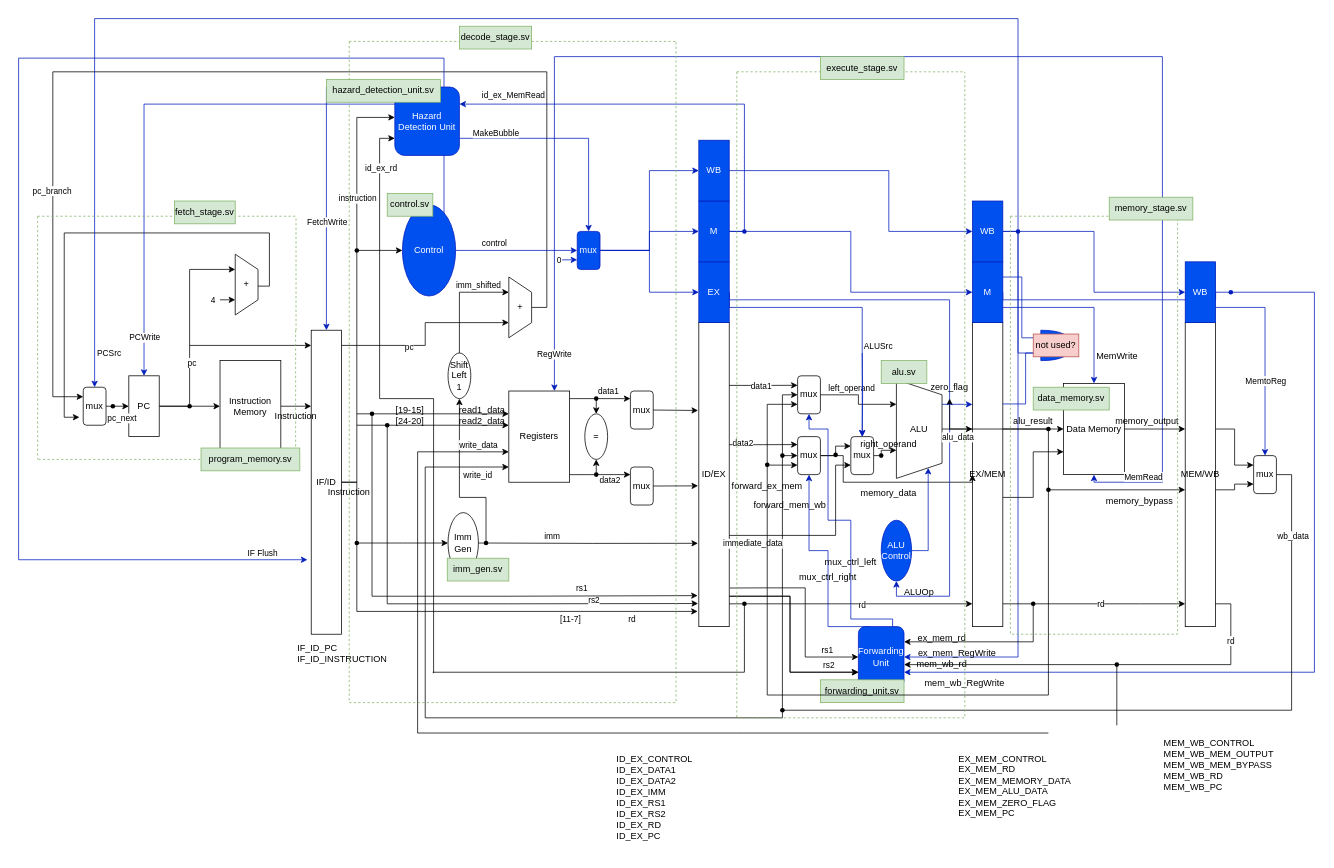
This is documentation/Architecture.drawio from RISC-V-on-FPGA/riscv, a draw.io file, before an edit. Source tidied: cells renumbered, new cells numbered last; positions are measured from the earlier drawing's top-left corner, leaving out a move shared by most shapes. Both pictures are drawn from the tidied source at 76%, with x=0, y=0 at pixel (18, 18).
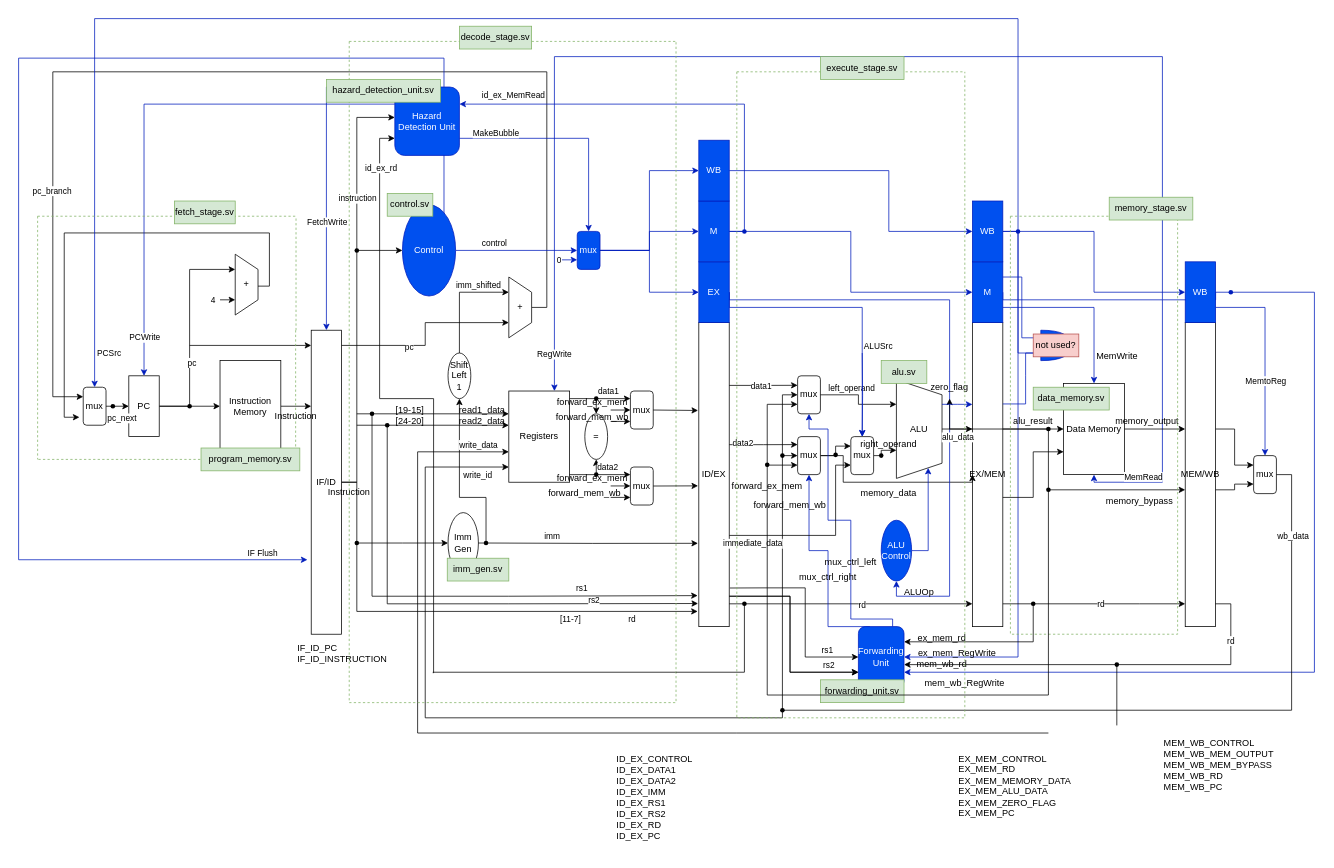
The same page after the edit.

The change refers to these unchanged cells:
```xml
<mxCell id="98" style="endArrow=classic;html=1;rounded=0;exitX=1;exitY=0.917;exitDx=0;exitDy=0;exitPerimeter=0;" parent="1" edge="1" source="27">
  <mxGeometry relative="1" as="geometry">
    <mxPoint x="805" y="600" as="targetPoint" />
  </mxGeometry>
</mxCell>
<mxCell id="222" value="mux&lt;br&gt;" style="rounded=1;whiteSpace=wrap;html=1;" parent="220" vertex="1">
  <mxGeometry x="370" y="460" width="30" height="50" as="geometry" />
</mxCell>
```

Change to the diagram source:
```diff
@@
     <mxCell id="99" value="&lt;div&gt;data2&lt;/div&gt;" style="edgeLabel;html=1;align=center;verticalAlign=middle;" parent="98" vertex="1">
       <mxGeometry x="0.33" y="2" relative="1" as="geometry">
-        <mxPoint y="9" as="offset" />
+        <mxPoint x="-3" y="-8" as="offset" />
       </mxGeometry>
     </mxCell>
@@
-    <mxCell id="220" style="swimlane;startSize=0;dashed=1;fillColor=#d5e8d4;strokeColor=#82b366;" parent="1" vertex="1">
+    <mxCell id="220" style="swimlane;startSize=0;dashed=1;fillColor=#d5e8d4;strokeColor=#82b366;swimlaneLine=1;" parent="1" vertex="1">
       <mxGeometry x="435" y="30" width="430" height="870" as="geometry" />
     </mxCell>
@@
+    <mxCell id="242" style="endArrow=classic;html=1;rounded=0;entryX=0;entryY=0.5;entryDx=0;entryDy=0;" parent="220" edge="1">
+      <mxGeometry relative="1" as="geometry">
+        <mxPoint x="344" y="500" as="sourcePoint" />
+        <mxPoint x="370" y="500" as="targetPoint" />
+      </mxGeometry>
+    </mxCell>
+    <mxCell id="243" style="endArrow=classic;html=1;rounded=0;entryX=0;entryY=0.5;entryDx=0;entryDy=0;" parent="220" edge="1">
+      <mxGeometry relative="1" as="geometry">
+        <mxPoint x="344" y="584.9" as="sourcePoint" />
+        <mxPoint x="370" y="584.9" as="targetPoint" />
+      </mxGeometry>
+    </mxCell>
+    <mxCell id="244" style="endArrow=classic;html=1;rounded=0;entryX=0;entryY=0.5;entryDx=0;entryDy=0;" parent="220" edge="1">
+      <mxGeometry relative="1" as="geometry">
+        <mxPoint x="344" y="600" as="sourcePoint" />
+        <mxPoint x="370" y="600" as="targetPoint" />
+      </mxGeometry>
+    </mxCell>
+    <mxCell id="245" value="forward_ex_mem" style="text;html=1;align=center;verticalAlign=middle;whiteSpace=wrap;rounded=0;" parent="220" vertex="1">
+      <mxGeometry x="290" y="460" width="60" height="30" as="geometry" />
+    </mxCell>
+    <mxCell id="246" value="forward_mem_wb" style="text;html=1;align=center;verticalAlign=middle;whiteSpace=wrap;rounded=0;" parent="220" vertex="1">
+      <mxGeometry x="290" y="480" width="60" height="30" as="geometry" />
+    </mxCell>
+    <mxCell id="247" value="forward_ex_mem" style="text;html=1;align=center;verticalAlign=middle;whiteSpace=wrap;rounded=0;" parent="220" vertex="1">
+      <mxGeometry x="290" y="560" width="60" height="30" as="geometry" />
+    </mxCell>
+    <mxCell id="248" value="forward_mem_wb" style="text;html=1;align=center;verticalAlign=middle;whiteSpace=wrap;rounded=0;" parent="220" vertex="1">
+      <mxGeometry x="280" y="580" width="60" height="30" as="geometry" />
+    </mxCell>
@@
+    <mxCell id="249" style="endArrow=classic;html=1;rounded=0;entryX=0;entryY=0.5;entryDx=0;entryDy=0;" parent="1" edge="1" target="222">
+      <mxGeometry relative="1" as="geometry">
+        <mxPoint x="779" y="515" as="sourcePoint" />
+      </mxGeometry>
+    </mxCell>
```
